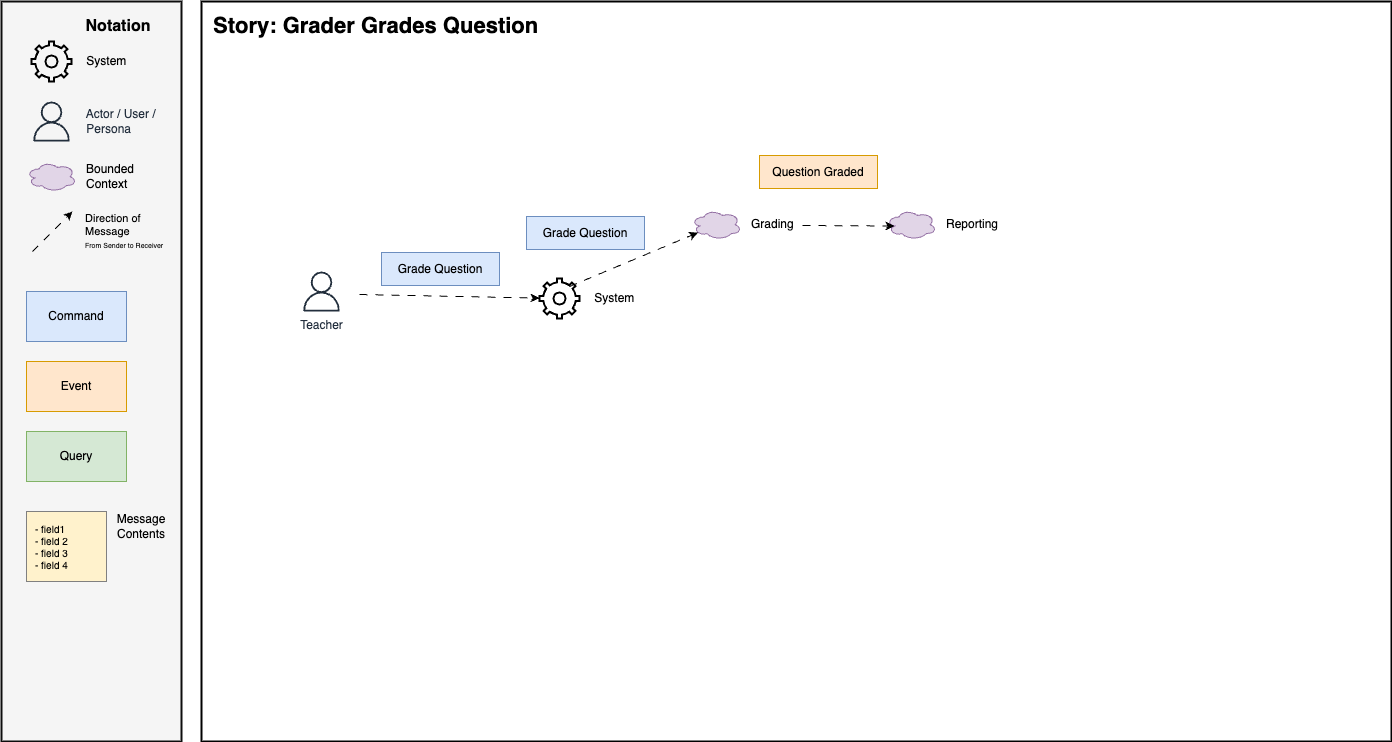
Earlier version of the draw.io export docs/docs/domain_modelling/_img/kata_domain_message_flows/grader_grades_question.drawio.png (cooperlutz/go-full). Source tidied: cells renumbered, new cells last; positions are measured from the earlier drawing's top-left corner, leaving out a move shared by most shapes.
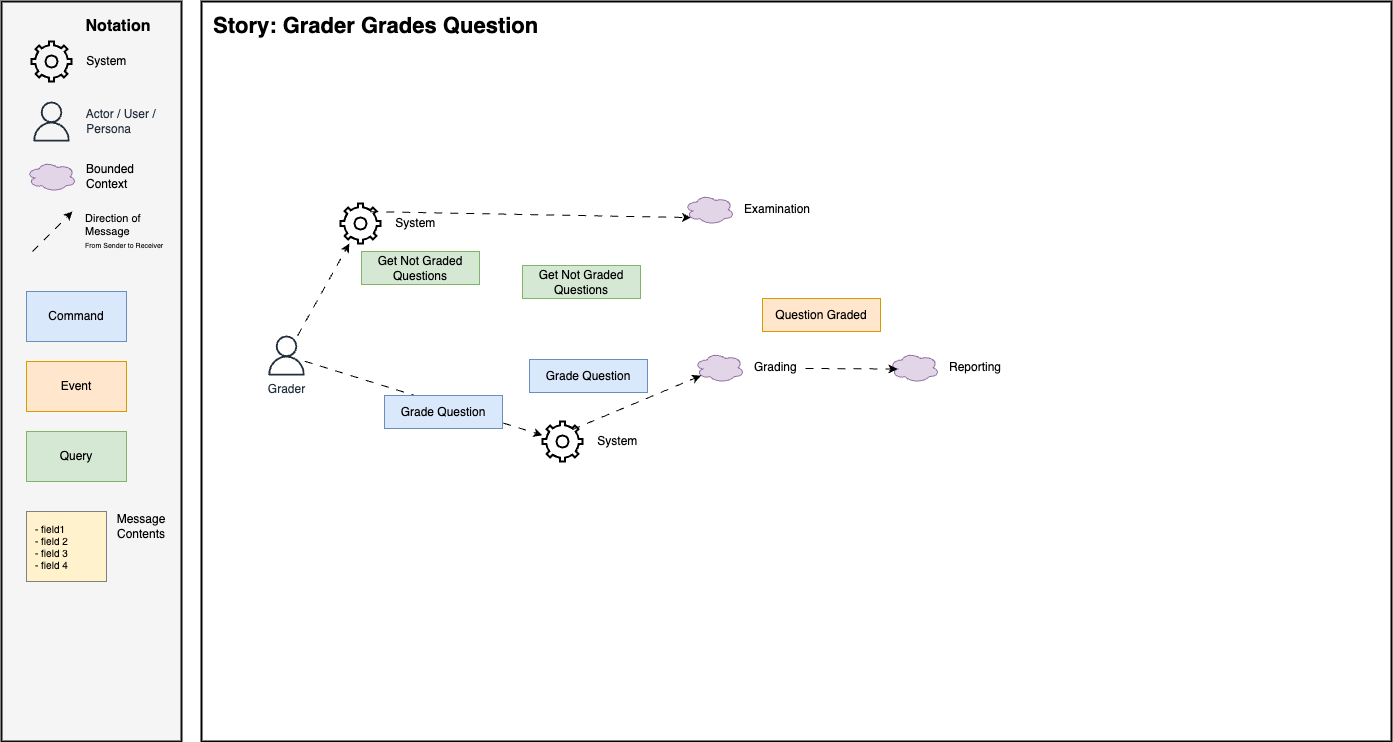
Above is the later version.

Change to the diagram source:
```diff
@@ -44,23 +44,22 @@
     <mxCell id="14" value="Story: Grader Grades Question" style="text;html=1;align=left;verticalAlign=middle;whiteSpace=wrap;rounded=0;fontSize=22;fontStyle=1;" parent="1" vertex="1">
       <mxGeometry x="210" y="10" width="1170" height="30" as="geometry" />
     </mxCell>
-    <mxCell id="15" value="Teacher" style="sketch=0;outlineConnect=0;fontColor=#232F3E;gradientColor=none;fillColor=#232F3D;strokeColor=none;dashed=0;verticalLabelPosition=bottom;verticalAlign=top;align=center;html=1;fontSize=12;fontStyle=0;shape=mxgraph.aws4.user;labelPosition=center;" parent="1" vertex="1">
-      <mxGeometry x="300" y="270" width="40" height="40" as="geometry" />
+    <mxCell id="15" value="Grader" style="sketch=0;outlineConnect=0;fontColor=#232F3E;gradientColor=none;fillColor=#232F3D;strokeColor=none;dashed=0;verticalLabelPosition=bottom;verticalAlign=top;align=center;html=1;fontSize=12;fontStyle=0;shape=mxgraph.aws4.user;labelPosition=center;" parent="1" vertex="1">
+      <mxGeometry x="265" y="334" width="40" height="40" as="geometry" />
     </mxCell>
     <mxCell id="16" value="&amp;nbsp; &amp;nbsp; System" style="html=1;verticalLabelPosition=middle;align=left;labelBackgroundColor=none;verticalAlign=middle;strokeWidth=2;shadow=0;dashed=0;shape=mxgraph.ios7.icons.settings;labelPosition=right;fillColor=none;" parent="1" vertex="1">
-      <mxGeometry x="538" y="277" width="40" height="40" as="geometry" />
+      <mxGeometry x="541" y="420" width="40" height="40" as="geometry" />
     </mxCell>
-    <mxCell id="17" style="endArrow=classic;html=1;rounded=0;endFill=1;dashed=1;dashPattern=8 8;labelBackgroundColor=none;align=left;spacingLeft=31;" parent="1" edge="1" target="16">
+    <mxCell id="17" style="endArrow=classic;html=1;rounded=0;endFill=1;dashed=1;dashPattern=8 8;labelBackgroundColor=none;align=left;spacingLeft=31;" parent="1" edge="1" source="15" target="16">
       <mxGeometry x="-0.36" y="20" relative="1" as="geometry">
-        <mxPoint x="358" y="293" as="sourcePoint" />
         <mxPoint x="1" as="offset" />
       </mxGeometry>
     </mxCell>
     <mxCell id="18" value="Grade Question" style="rounded=0;whiteSpace=wrap;html=1;fillColor=#dae8fc;strokeColor=#6c8ebf;" parent="1" vertex="1">
-      <mxGeometry x="380" y="251" width="118" height="33" as="geometry" />
+      <mxGeometry x="383" y="394" width="118" height="33" as="geometry" />
     </mxCell>
     <mxCell id="19" value="Grading" style="ellipse;shape=cloud;whiteSpace=wrap;html=1;align=left;fillColor=#e1d5e7;strokeColor=#9673a6;labelPosition=right;verticalLabelPosition=middle;verticalAlign=middle;spacingLeft=8;" parent="1" vertex="1">
-      <mxGeometry x="690" y="208" width="50" height="30" as="geometry" />
+      <mxGeometry x="693" y="351" width="50" height="30" as="geometry" />
     </mxCell>
     <mxCell id="20" style="endArrow=classic;html=1;rounded=0;endFill=1;dashed=1;dashPattern=8 8;labelBackgroundColor=none;align=left;spacingLeft=31;exitX=0.743;exitY=0.204;exitDx=0;exitDy=0;exitPerimeter=0;entryX=0.13;entryY=0.77;entryDx=0;entryDy=0;entryPerimeter=0;" parent="1" edge="1" source="16" target="19">
       <mxGeometry x="-0.72" y="39" relative="1" as="geometry">
@@ -68,19 +67,41 @@
       </mxGeometry>
     </mxCell>
     <mxCell id="21" value="&lt;span style=&quot;color: rgb(0, 0, 0);&quot;&gt;Grade Question&lt;/span&gt;" style="rounded=0;whiteSpace=wrap;html=1;fillColor=#dae8fc;strokeColor=#6c8ebf;" parent="1" vertex="1">
-      <mxGeometry x="525" y="215" width="118" height="33" as="geometry" />
+      <mxGeometry x="528" y="358" width="118" height="33" as="geometry" />
     </mxCell>
     <mxCell id="22" value="Reporting" style="ellipse;shape=cloud;whiteSpace=wrap;html=1;align=left;fillColor=#e1d5e7;strokeColor=#9673a6;labelPosition=right;verticalLabelPosition=middle;verticalAlign=middle;spacingLeft=8;" parent="1" vertex="1">
-      <mxGeometry x="885" y="208" width="50" height="30" as="geometry" />
+      <mxGeometry x="888" y="351" width="50" height="30" as="geometry" />
     </mxCell>
     <mxCell id="23" style="endArrow=classic;html=1;rounded=0;endFill=1;dashed=1;dashPattern=8 8;labelBackgroundColor=none;align=left;spacingLeft=31;exitX=0.743;exitY=0.204;exitDx=0;exitDy=0;exitPerimeter=0;entryX=0.16;entryY=0.55;entryDx=0;entryDy=0;entryPerimeter=0;" parent="1" edge="1" target="22">
       <mxGeometry x="-0.72" y="39" relative="1" as="geometry">
-        <mxPoint x="801" y="224" as="sourcePoint" />
+        <mxPoint x="804" y="367" as="sourcePoint" />
         <mxPoint y="1" as="offset" />
       </mxGeometry>
     </mxCell>
     <mxCell id="24" value="&lt;span style=&quot;color: rgb(0, 0, 0);&quot;&gt;Question Graded&lt;/span&gt;" style="rounded=0;whiteSpace=wrap;html=1;fillColor=#ffe6cc;strokeColor=#d79b00;" parent="1" vertex="1">
-      <mxGeometry x="758" y="154" width="118" height="33" as="geometry" />
+      <mxGeometry x="761" y="297" width="118" height="33" as="geometry" />
     </mxCell>
+    <mxCell id="25" value="&amp;nbsp; &amp;nbsp; System" style="html=1;verticalLabelPosition=middle;align=left;labelBackgroundColor=none;verticalAlign=middle;strokeWidth=2;shadow=0;dashed=0;shape=mxgraph.ios7.icons.settings;labelPosition=right;fillColor=none;" parent="1" vertex="1">
+      <mxGeometry x="339" y="202" width="40" height="40" as="geometry" />
+    </mxCell>
+    <mxCell id="26" style="endArrow=classic;html=1;rounded=0;endFill=1;dashed=1;dashPattern=8 8;labelBackgroundColor=none;align=left;spacingLeft=31;" parent="1" edge="1" source="15" target="25">
+      <mxGeometry x="-0.36" y="20" relative="1" as="geometry">
+        <mxPoint x="1" as="offset" />
+      </mxGeometry>
+    </mxCell>
+    <mxCell id="27" value="Get Not Graded Questions" style="rounded=0;whiteSpace=wrap;html=1;fillColor=#d5e8d4;strokeColor=#82b366;" parent="1" vertex="1">
+      <mxGeometry x="360" y="250" width="118" height="33" as="geometry" />
+    </mxCell>
+    <mxCell id="28" value="Examination" style="ellipse;shape=cloud;whiteSpace=wrap;html=1;align=left;fillColor=#e1d5e7;strokeColor=#9673a6;labelPosition=right;verticalLabelPosition=middle;verticalAlign=middle;spacingLeft=8;" parent="1" vertex="1">
+      <mxGeometry x="683" y="193" width="50" height="30" as="geometry" />
+    </mxCell>
+    <mxCell id="29" style="endArrow=classic;html=1;rounded=0;endFill=1;dashed=1;dashPattern=8 8;labelBackgroundColor=none;align=left;spacingLeft=31;exitX=0.743;exitY=0.204;exitDx=0;exitDy=0;exitPerimeter=0;entryX=0.13;entryY=0.77;entryDx=0;entryDy=0;entryPerimeter=0;" parent="1" edge="1" source="25" target="28">
+      <mxGeometry x="-0.72" y="39" relative="1" as="geometry">
+        <mxPoint y="1" as="offset" />
+      </mxGeometry>
+    </mxCell>
+    <mxCell id="30" value="&lt;span style=&quot;color: rgb(0, 0, 0);&quot;&gt;Get Not Graded Questions&lt;/span&gt;" style="rounded=0;whiteSpace=wrap;html=1;fillColor=#d5e8d4;strokeColor=#82b366;" parent="1" vertex="1">
+      <mxGeometry x="521" y="264" width="118" height="33" as="geometry" />
+    </mxCell>
   </root>
 </mxGraphModel>
```
